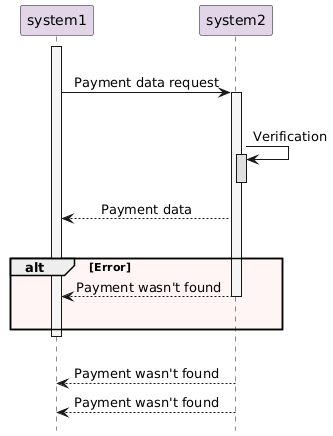
The PlantUML diagram docs/diagrams/test_plantuml.png in rynkovskii/instead_of_a_hundred_test_cases, before a commit. Its diagram source:
```plantuml
@startuml

hide footbox
skinparam sequenceMessageAlign center

participant system1 as s1 #E1D5E7
participant system2 as s2 #E1D5E7
|||

activate s1 #F5F5F5
s1 -> s2: Payment data request
activate s2 #F5F5F5
|||

s2 -> s2: Verification
activate s2 #DFDFDF
deactivate s2

s1 <-- s2: Payment data
|||

alt #FFF5F5 Error
s1 <-- s2: Payment wasn't found
deactivate s2
|||
end

deactivate s1
|||

s1 <-- s2: Payment wasn't found

s1 <-- s2: Payment wasn't found

@enduml
```
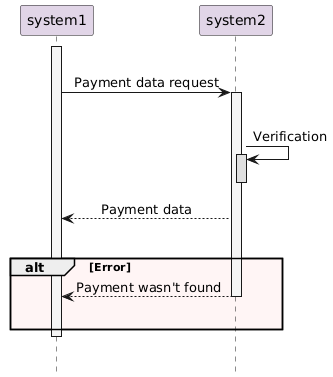
After the commit.

Commit message:
Auto-render PlantUML PNG

What changed in the source:
```diff
@@ -28,8 +28,4 @@
 deactivate s1
 |||
 
-s1 <-- s2: Payment wasn't found
-
-s1 <-- s2: Payment wasn't found
-
 @enduml
```
